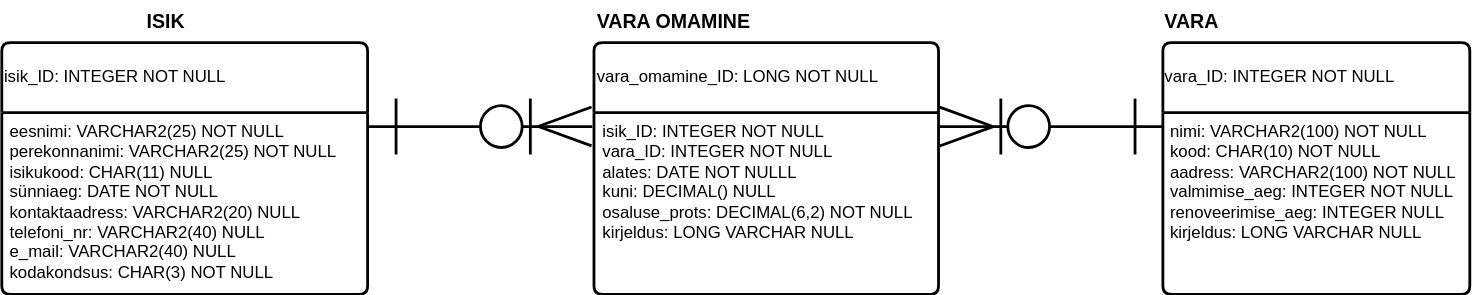
Before: pildid/Olemi_füüsiline_näide.svg, a diagram exported from draw.io (Rihosepp-40B/TarkvaraArendusprotsess). Source tidied: cells renumbered, new cells last; positions are measured from the earlier drawing's top-left corner, leaving out a move shared by most shapes. Source of this version:
```xml
<mxGraphModel>
  <root>
    <mxCell id="0" />
    <mxCell id="1" parent="0" />
    <mxCell id="2" style="group;flipH=0;flipV=1;rotation=-180;" parent="1" vertex="1">
      <mxGeometry x="668.6" y="70" width="161.9" height="40" as="geometry" />
    </mxCell>
    <mxCell id="3" style="line;strokeWidth=2;html=1;fontColor=light-dark(#000000,#D4AF37);strokeColor=light-dark(#000000,#D4AF37);rotation=-180;" parent="2" vertex="1">
      <mxGeometry x="81" y="15" width="80.7" height="10" as="geometry" />
    </mxCell>
    <mxCell id="4" style="line;strokeWidth=2;html=1;direction=south;fontColor=light-dark(#000000,#D4AF37);strokeColor=light-dark(#000000,#D4AF37);rotation=-180;" parent="2" vertex="1">
      <mxGeometry x="137" width="10" height="40" as="geometry" />
    </mxCell>
    <mxCell id="5" style="line;strokeWidth=2;html=1;direction=south;fontColor=light-dark(#000000,#D4AF37);strokeColor=light-dark(#000000,#D4AF37);rotation=-180;" parent="2" vertex="1">
      <mxGeometry x="41" width="10" height="40" as="geometry" />
    </mxCell>
    <mxCell id="6" style="verticalLabelPosition=bottom;verticalAlign=top;html=1;shape=mxgraph.flowchart.on-page_reference;fillColor=none;strokeWidth=2;fontColor=light-dark(#000000,#D4AF37);strokeColor=light-dark(#000000,#D4AF37);rotation=-180;" parent="2" vertex="1">
      <mxGeometry x="51" y="5" width="29.9" height="30" as="geometry" />
    </mxCell>
    <mxCell id="7" style="line;strokeWidth=2;html=1;fontColor=light-dark(#000000,#D4AF37);strokeColor=light-dark(#000000,#D4AF37);rotation=-180;" parent="2" vertex="1">
      <mxGeometry x="1" y="15" width="50" height="10" as="geometry" />
    </mxCell>
    <mxCell id="8" style="line;strokeWidth=2;html=1;rotation=-200;fontColor=light-dark(#000000,#D4AF37);strokeColor=light-dark(#000000,#D4AF37);" parent="2" vertex="1">
      <mxGeometry x="1" y="22" width="40.7" height="10" as="geometry" />
    </mxCell>
    <mxCell id="9" style="line;strokeWidth=2;html=1;rotation=-160;fontColor=light-dark(#000000,#D4AF37);strokeColor=light-dark(#000000,#D4AF37);" parent="2" vertex="1">
      <mxGeometry x="1" y="8" width="40" height="10" as="geometry" />
    </mxCell>
    <mxCell id="10" value="isik_ID: INTEGER NOT NULL" style="swimlane;horizontal=1;startSize=50;rounded=1;fontSize=12;fontStyle=0;strokeWidth=2;shadow=0;dashed=0;align=left;arcSize=4;whiteSpace=wrap;html=1;strokeColor=light-dark(#000000,#D4AF37);fontColor=light-dark(#000000,#D4AF37);fillColor=none;" parent="1" vertex="1">
      <mxGeometry y="30" width="261.6" height="180" as="geometry" />
    </mxCell>
    <mxCell id="11" value="eesnimi: VARCHAR2(25) NOT NULL&lt;div&gt;perekonnanimi: VARCHAR2(25) NOT NULL&lt;/div&gt;&lt;div&gt;isikukood: CHAR(11) NULL&lt;/div&gt;&lt;div&gt;sünniaeg: DATE NOT NULL&lt;/div&gt;&lt;div&gt;kontaktaadress: VARCHAR2(20) NULL&lt;/div&gt;&lt;div&gt;telefoni_nr: VARCHAR2(40) NULL&lt;/div&gt;&lt;div&gt;e_mail: VARCHAR2(40) NULL&lt;/div&gt;&lt;div&gt;kodakondsus: CHAR(3) NOT NULL&lt;/div&gt;" style="align=left;strokeColor=none;fillColor=none;spacingLeft=4;spacingRight=4;fontSize=12;verticalAlign=top;html=1;whiteSpace=wrap;fontColor=light-dark(#000000,#D4AF37);" parent="10" vertex="1">
      <mxGeometry y="50" width="261.6" height="130" as="geometry" />
    </mxCell>
    <mxCell id="12" value="vara_omamine_ID: LONG NOT NULL" style="swimlane;horizontal=1;startSize=50;rounded=1;fontSize=12;fontStyle=0;strokeWidth=2;shadow=0;dashed=0;align=left;arcSize=4;whiteSpace=wrap;html=1;strokeColor=light-dark(#000000,#D4AF37);fontColor=light-dark(#000000,#D4AF37);fillColor=none;" parent="1" vertex="1">
      <mxGeometry x="423.6" y="30" width="246.4" height="180" as="geometry" />
    </mxCell>
    <mxCell id="13" value="&lt;div&gt;isik_ID: INTEGER NOT NULL&lt;/div&gt;&lt;div&gt;vara_ID: INTEGER NOT NULL&lt;/div&gt;&lt;div&gt;alates: DATE NOT NULLL&lt;/div&gt;&lt;div&gt;kuni: DECIMAL() NULL&lt;/div&gt;&lt;div&gt;osaluse_prots: DECIMAL(6,2) NOT NULL&lt;/div&gt;&lt;div&gt;kirjeldus: LONG VARCHAR NULL&lt;/div&gt;" style="align=left;strokeColor=none;fillColor=none;spacingLeft=4;spacingRight=4;fontSize=12;verticalAlign=top;html=1;whiteSpace=wrap;fontColor=light-dark(#000000,#D4AF37);" parent="12" vertex="1">
      <mxGeometry y="50" width="246.4" height="130" as="geometry" />
    </mxCell>
    <mxCell id="14" value="vara_ID: INTEGER NOT NULL" style="swimlane;horizontal=1;startSize=50;rounded=1;fontSize=12;fontStyle=0;strokeWidth=2;shadow=0;dashed=0;align=left;arcSize=4;whiteSpace=wrap;html=1;strokeColor=light-dark(#000000,#D4AF37);fontColor=light-dark(#000000,#D4AF37);fillColor=none;" parent="1" vertex="1">
      <mxGeometry x="830.5" y="30" width="219.5" height="180" as="geometry" />
    </mxCell>
    <mxCell id="15" value="nimi: VARCHAR2(100) NOT NULL&lt;div&gt;kood: CHAR(10) NOT NULL&lt;/div&gt;&lt;div&gt;aadress: VARCHAR2(100) NOT NULL&lt;/div&gt;&lt;div&gt;valmimise_aeg: INTEGER NOT NULL&lt;/div&gt;&lt;div&gt;renoveerimise_aeg: INTEGER NULL&lt;/div&gt;&lt;div&gt;kirjeldus: LONG VARCHAR NULL&lt;/div&gt;" style="align=left;strokeColor=none;fillColor=none;spacingLeft=4;spacingRight=4;fontSize=12;verticalAlign=top;html=1;whiteSpace=wrap;fontColor=light-dark(#000000,#D4AF37);" parent="14" vertex="1">
      <mxGeometry y="50" width="219.5" height="130" as="geometry" />
    </mxCell>
    <mxCell id="16" style="group;" parent="1" vertex="1">
      <mxGeometry x="261.6" y="70" width="161.9" height="40" as="geometry" />
    </mxCell>
    <mxCell id="17" style="line;strokeWidth=2;html=1;fontColor=light-dark(#000000,#D4AF37);strokeColor=light-dark(#000000,#D4AF37);" parent="16" vertex="1">
      <mxGeometry y="15" width="80.7" height="10" as="geometry" />
    </mxCell>
    <mxCell id="18" style="line;strokeWidth=2;html=1;direction=south;fontColor=light-dark(#000000,#D4AF37);strokeColor=light-dark(#000000,#D4AF37);" parent="16" vertex="1">
      <mxGeometry x="15.4" width="10" height="40" as="geometry" />
    </mxCell>
    <mxCell id="19" style="line;strokeWidth=2;html=1;direction=south;fontColor=light-dark(#000000,#D4AF37);strokeColor=light-dark(#000000,#D4AF37);" parent="16" vertex="1">
      <mxGeometry x="111.4" width="10" height="40" as="geometry" />
    </mxCell>
    <mxCell id="20" style="verticalLabelPosition=bottom;verticalAlign=top;html=1;shape=mxgraph.flowchart.on-page_reference;fillColor=none;strokeWidth=2;fontColor=light-dark(#000000,#D4AF37);strokeColor=light-dark(#000000,#D4AF37);" parent="16" vertex="1">
      <mxGeometry x="80.7" y="5" width="29.9" height="30" as="geometry" />
    </mxCell>
    <mxCell id="21" style="line;strokeWidth=2;html=1;fontColor=light-dark(#000000,#D4AF37);strokeColor=light-dark(#000000,#D4AF37);" parent="16" vertex="1">
      <mxGeometry x="110.7" y="15" width="50" height="10" as="geometry" />
    </mxCell>
    <mxCell id="22" style="line;strokeWidth=2;html=1;rotation=-20;fontColor=light-dark(#000000,#D4AF37);strokeColor=light-dark(#000000,#D4AF37);" parent="16" vertex="1">
      <mxGeometry x="120.7" y="8" width="40.7" height="10" as="geometry" />
    </mxCell>
    <mxCell id="23" style="line;strokeWidth=2;html=1;rotation=20;fontColor=light-dark(#000000,#D4AF37);strokeColor=light-dark(#000000,#D4AF37);" parent="16" vertex="1">
      <mxGeometry x="121.4" y="22" width="40" height="10" as="geometry" />
    </mxCell>
    <mxCell id="24" value="ISIK" style="text;html=1;whiteSpace=wrap;strokeColor=none;fillColor=none;align=left;verticalAlign=middle;rounded=0;fontColor=light-dark(#000000,#D4AF37);fontStyle=1;fontSize=14;" parent="1" vertex="1">
      <mxGeometry x="101.7" width="60" height="30" as="geometry" />
    </mxCell>
    <mxCell id="25" value="VARA OMAMINE" style="text;html=1;whiteSpace=wrap;strokeColor=none;fillColor=none;align=left;verticalAlign=middle;rounded=0;fontColor=light-dark(#000000,#D4AF37);fontStyle=1;fontSize=14;" parent="1" vertex="1">
      <mxGeometry x="423.6" width="156.4" height="30" as="geometry" />
    </mxCell>
    <mxCell id="26" value="VARA" style="text;html=1;whiteSpace=wrap;strokeColor=none;fillColor=none;align=left;verticalAlign=middle;rounded=0;fontColor=light-dark(#000000,#D4AF37);fontStyle=1;fontSize=14;" parent="1" vertex="1">
      <mxGeometry x="830.5" width="156.4" height="30" as="geometry" />
    </mxCell>
  </root>
</mxGraphModel>
```
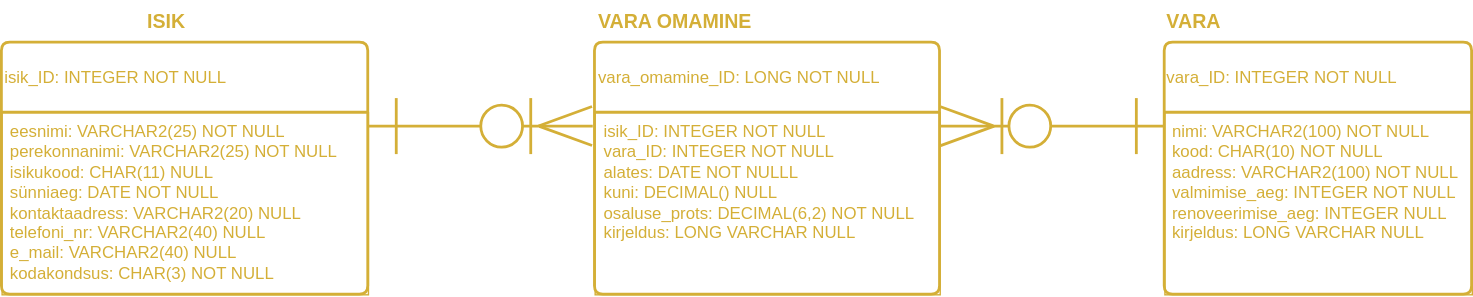
After the change.

Change to the diagram source:
```diff
@@ -5,76 +5,76 @@
     <mxCell id="2" style="group;flipH=0;flipV=1;rotation=-180;" parent="1" vertex="1">
       <mxGeometry x="668.6" y="70" width="161.9" height="40" as="geometry" />
     </mxCell>
-    <mxCell id="3" style="line;strokeWidth=2;html=1;fontColor=light-dark(#000000,#D4AF37);strokeColor=light-dark(#000000,#D4AF37);rotation=-180;" parent="2" vertex="1">
+    <mxCell id="3" style="line;strokeWidth=2;html=1;fontColor=light-dark(#D4AF37,#D4AF37);strokeColor=light-dark(#D4AF37,#D4AF37);rotation=-180;" parent="2" vertex="1">
       <mxGeometry x="81" y="15" width="80.7" height="10" as="geometry" />
     </mxCell>
-    <mxCell id="4" style="line;strokeWidth=2;html=1;direction=south;fontColor=light-dark(#000000,#D4AF37);strokeColor=light-dark(#000000,#D4AF37);rotation=-180;" parent="2" vertex="1">
+    <mxCell id="4" style="line;strokeWidth=2;html=1;direction=south;fontColor=light-dark(#D4AF37,#D4AF37);strokeColor=light-dark(#D4AF37,#D4AF37);rotation=-180;" parent="2" vertex="1">
       <mxGeometry x="137" width="10" height="40" as="geometry" />
     </mxCell>
-    <mxCell id="5" style="line;strokeWidth=2;html=1;direction=south;fontColor=light-dark(#000000,#D4AF37);strokeColor=light-dark(#000000,#D4AF37);rotation=-180;" parent="2" vertex="1">
+    <mxCell id="5" style="line;strokeWidth=2;html=1;direction=south;fontColor=light-dark(#D4AF37,#D4AF37);strokeColor=light-dark(#D4AF37,#D4AF37);rotation=-180;" parent="2" vertex="1">
       <mxGeometry x="41" width="10" height="40" as="geometry" />
     </mxCell>
-    <mxCell id="6" style="verticalLabelPosition=bottom;verticalAlign=top;html=1;shape=mxgraph.flowchart.on-page_reference;fillColor=none;strokeWidth=2;fontColor=light-dark(#000000,#D4AF37);strokeColor=light-dark(#000000,#D4AF37);rotation=-180;" parent="2" vertex="1">
+    <mxCell id="6" style="verticalLabelPosition=bottom;verticalAlign=top;html=1;shape=mxgraph.flowchart.on-page_reference;fillColor=none;strokeWidth=2;fontColor=light-dark(#D4AF37,#D4AF37);strokeColor=light-dark(#D4AF37,#D4AF37);rotation=-180;" parent="2" vertex="1">
       <mxGeometry x="51" y="5" width="29.9" height="30" as="geometry" />
     </mxCell>
-    <mxCell id="7" style="line;strokeWidth=2;html=1;fontColor=light-dark(#000000,#D4AF37);strokeColor=light-dark(#000000,#D4AF37);rotation=-180;" parent="2" vertex="1">
+    <mxCell id="7" style="line;strokeWidth=2;html=1;fontColor=light-dark(#D4AF37,#D4AF37);strokeColor=light-dark(#D4AF37,#D4AF37);rotation=-180;" parent="2" vertex="1">
       <mxGeometry x="1" y="15" width="50" height="10" as="geometry" />
     </mxCell>
-    <mxCell id="8" style="line;strokeWidth=2;html=1;rotation=-200;fontColor=light-dark(#000000,#D4AF37);strokeColor=light-dark(#000000,#D4AF37);" parent="2" vertex="1">
+    <mxCell id="8" style="line;strokeWidth=2;html=1;rotation=-200;fontColor=light-dark(#D4AF37,#D4AF37);strokeColor=light-dark(#D4AF37,#D4AF37);" parent="2" vertex="1">
       <mxGeometry x="1" y="22" width="40.7" height="10" as="geometry" />
     </mxCell>
-    <mxCell id="9" style="line;strokeWidth=2;html=1;rotation=-160;fontColor=light-dark(#000000,#D4AF37);strokeColor=light-dark(#000000,#D4AF37);" parent="2" vertex="1">
+    <mxCell id="9" style="line;strokeWidth=2;html=1;rotation=-160;fontColor=light-dark(#D4AF37,#D4AF37);strokeColor=light-dark(#D4AF37,#D4AF37);" parent="2" vertex="1">
       <mxGeometry x="1" y="8" width="40" height="10" as="geometry" />
     </mxCell>
-    <mxCell id="10" value="isik_ID: INTEGER NOT NULL" style="swimlane;horizontal=1;startSize=50;rounded=1;fontSize=12;fontStyle=0;strokeWidth=2;shadow=0;dashed=0;align=left;arcSize=4;whiteSpace=wrap;html=1;strokeColor=light-dark(#000000,#D4AF37);fontColor=light-dark(#000000,#D4AF37);fillColor=none;" parent="1" vertex="1">
+    <mxCell id="10" value="isik_ID: INTEGER NOT NULL" style="swimlane;horizontal=1;startSize=50;rounded=1;fontSize=12;fontStyle=0;strokeWidth=2;shadow=0;dashed=0;align=left;arcSize=4;whiteSpace=wrap;html=1;strokeColor=light-dark(#D4AF37,#D4AF37);fontColor=light-dark(#D4AF37,#D4AF37);fillColor=none;" parent="1" vertex="1">
       <mxGeometry y="30" width="261.6" height="180" as="geometry" />
     </mxCell>
-    <mxCell id="11" value="eesnimi: VARCHAR2(25) NOT NULL&lt;div&gt;perekonnanimi: VARCHAR2(25) NOT NULL&lt;/div&gt;&lt;div&gt;isikukood: CHAR(11) NULL&lt;/div&gt;&lt;div&gt;sünniaeg: DATE NOT NULL&lt;/div&gt;&lt;div&gt;kontaktaadress: VARCHAR2(20) NULL&lt;/div&gt;&lt;div&gt;telefoni_nr: VARCHAR2(40) NULL&lt;/div&gt;&lt;div&gt;e_mail: VARCHAR2(40) NULL&lt;/div&gt;&lt;div&gt;kodakondsus: CHAR(3) NOT NULL&lt;/div&gt;" style="align=left;strokeColor=none;fillColor=none;spacingLeft=4;spacingRight=4;fontSize=12;verticalAlign=top;html=1;whiteSpace=wrap;fontColor=light-dark(#000000,#D4AF37);" parent="10" vertex="1">
+    <mxCell id="11" value="eesnimi: VARCHAR2(25) NOT NULL&lt;div&gt;perekonnanimi: VARCHAR2(25) NOT NULL&lt;/div&gt;&lt;div&gt;isikukood: CHAR(11) NULL&lt;/div&gt;&lt;div&gt;sünniaeg: DATE NOT NULL&lt;/div&gt;&lt;div&gt;kontaktaadress: VARCHAR2(20) NULL&lt;/div&gt;&lt;div&gt;telefoni_nr: VARCHAR2(40) NULL&lt;/div&gt;&lt;div&gt;e_mail: VARCHAR2(40) NULL&lt;/div&gt;&lt;div&gt;kodakondsus: CHAR(3) NOT NULL&lt;/div&gt;" style="align=left;strokeColor=light-dark(#D4AF37,#D4AF37);fillColor=none;spacingLeft=4;spacingRight=4;fontSize=12;verticalAlign=top;html=1;whiteSpace=wrap;fontColor=light-dark(#D4AF37,#D4AF37);" parent="10" vertex="1">
       <mxGeometry y="50" width="261.6" height="130" as="geometry" />
     </mxCell>
-    <mxCell id="12" value="vara_omamine_ID: LONG NOT NULL" style="swimlane;horizontal=1;startSize=50;rounded=1;fontSize=12;fontStyle=0;strokeWidth=2;shadow=0;dashed=0;align=left;arcSize=4;whiteSpace=wrap;html=1;strokeColor=light-dark(#000000,#D4AF37);fontColor=light-dark(#000000,#D4AF37);fillColor=none;" parent="1" vertex="1">
+    <mxCell id="12" value="vara_omamine_ID: LONG NOT NULL" style="swimlane;horizontal=1;startSize=50;rounded=1;fontSize=12;fontStyle=0;strokeWidth=2;shadow=0;dashed=0;align=left;arcSize=4;whiteSpace=wrap;html=1;strokeColor=light-dark(#D4AF37,#D4AF37);fontColor=light-dark(#D4AF37,#D4AF37);fillColor=none;" parent="1" vertex="1">
       <mxGeometry x="423.6" y="30" width="246.4" height="180" as="geometry" />
     </mxCell>
-    <mxCell id="13" value="&lt;div&gt;isik_ID: INTEGER NOT NULL&lt;/div&gt;&lt;div&gt;vara_ID: INTEGER NOT NULL&lt;/div&gt;&lt;div&gt;alates: DATE NOT NULLL&lt;/div&gt;&lt;div&gt;kuni: DECIMAL() NULL&lt;/div&gt;&lt;div&gt;osaluse_prots: DECIMAL(6,2) NOT NULL&lt;/div&gt;&lt;div&gt;kirjeldus: LONG VARCHAR NULL&lt;/div&gt;" style="align=left;strokeColor=none;fillColor=none;spacingLeft=4;spacingRight=4;fontSize=12;verticalAlign=top;html=1;whiteSpace=wrap;fontColor=light-dark(#000000,#D4AF37);" parent="12" vertex="1">
+    <mxCell id="13" value="&lt;div&gt;isik_ID: INTEGER NOT NULL&lt;/div&gt;&lt;div&gt;vara_ID: INTEGER NOT NULL&lt;/div&gt;&lt;div&gt;alates: DATE NOT NULLL&lt;/div&gt;&lt;div&gt;kuni: DECIMAL() NULL&lt;/div&gt;&lt;div&gt;osaluse_prots: DECIMAL(6,2) NOT NULL&lt;/div&gt;&lt;div&gt;kirjeldus: LONG VARCHAR NULL&lt;/div&gt;" style="align=left;strokeColor=light-dark(#D4AF37,#D4AF37);fillColor=none;spacingLeft=4;spacingRight=4;fontSize=12;verticalAlign=top;html=1;whiteSpace=wrap;fontColor=light-dark(#D4AF37,#D4AF37);" parent="12" vertex="1">
       <mxGeometry y="50" width="246.4" height="130" as="geometry" />
     </mxCell>
-    <mxCell id="14" value="vara_ID: INTEGER NOT NULL" style="swimlane;horizontal=1;startSize=50;rounded=1;fontSize=12;fontStyle=0;strokeWidth=2;shadow=0;dashed=0;align=left;arcSize=4;whiteSpace=wrap;html=1;strokeColor=light-dark(#000000,#D4AF37);fontColor=light-dark(#000000,#D4AF37);fillColor=none;" parent="1" vertex="1">
+    <mxCell id="14" value="vara_ID: INTEGER NOT NULL" style="swimlane;horizontal=1;startSize=50;rounded=1;fontSize=12;fontStyle=0;strokeWidth=2;shadow=0;dashed=0;align=left;arcSize=4;whiteSpace=wrap;html=1;strokeColor=light-dark(#D4AF37,#D4AF37);fontColor=light-dark(#D4AF37,#D4AF37);fillColor=none;" parent="1" vertex="1">
       <mxGeometry x="830.5" y="30" width="219.5" height="180" as="geometry" />
     </mxCell>
-    <mxCell id="15" value="nimi: VARCHAR2(100) NOT NULL&lt;div&gt;kood: CHAR(10) NOT NULL&lt;/div&gt;&lt;div&gt;aadress: VARCHAR2(100) NOT NULL&lt;/div&gt;&lt;div&gt;valmimise_aeg: INTEGER NOT NULL&lt;/div&gt;&lt;div&gt;renoveerimise_aeg: INTEGER NULL&lt;/div&gt;&lt;div&gt;kirjeldus: LONG VARCHAR NULL&lt;/div&gt;" style="align=left;strokeColor=none;fillColor=none;spacingLeft=4;spacingRight=4;fontSize=12;verticalAlign=top;html=1;whiteSpace=wrap;fontColor=light-dark(#000000,#D4AF37);" parent="14" vertex="1">
+    <mxCell id="15" value="nimi: VARCHAR2(100) NOT NULL&lt;div&gt;kood: CHAR(10) NOT NULL&lt;/div&gt;&lt;div&gt;aadress: VARCHAR2(100) NOT NULL&lt;/div&gt;&lt;div&gt;valmimise_aeg: INTEGER NOT NULL&lt;/div&gt;&lt;div&gt;renoveerimise_aeg: INTEGER NULL&lt;/div&gt;&lt;div&gt;kirjeldus: LONG VARCHAR NULL&lt;/div&gt;" style="align=left;strokeColor=light-dark(#D4AF37,#D4AF37);fillColor=none;spacingLeft=4;spacingRight=4;fontSize=12;verticalAlign=top;html=1;whiteSpace=wrap;fontColor=light-dark(#D4AF37,#D4AF37);" parent="14" vertex="1">
       <mxGeometry y="50" width="219.5" height="130" as="geometry" />
     </mxCell>
     <mxCell id="16" style="group;" parent="1" vertex="1">
       <mxGeometry x="261.6" y="70" width="161.9" height="40" as="geometry" />
     </mxCell>
-    <mxCell id="17" style="line;strokeWidth=2;html=1;fontColor=light-dark(#000000,#D4AF37);strokeColor=light-dark(#000000,#D4AF37);" parent="16" vertex="1">
+    <mxCell id="17" style="line;strokeWidth=2;html=1;fontColor=light-dark(#D4AF37,#D4AF37);strokeColor=light-dark(#D4AF37,#D4AF37);" parent="16" vertex="1">
       <mxGeometry y="15" width="80.7" height="10" as="geometry" />
     </mxCell>
-    <mxCell id="18" style="line;strokeWidth=2;html=1;direction=south;fontColor=light-dark(#000000,#D4AF37);strokeColor=light-dark(#000000,#D4AF37);" parent="16" vertex="1">
+    <mxCell id="18" style="line;strokeWidth=2;html=1;direction=south;fontColor=light-dark(#D4AF37,#D4AF37);strokeColor=light-dark(#D4AF37,#D4AF37);" parent="16" vertex="1">
       <mxGeometry x="15.4" width="10" height="40" as="geometry" />
     </mxCell>
-    <mxCell id="19" style="line;strokeWidth=2;html=1;direction=south;fontColor=light-dark(#000000,#D4AF37);strokeColor=light-dark(#000000,#D4AF37);" parent="16" vertex="1">
+    <mxCell id="19" style="line;strokeWidth=2;html=1;direction=south;fontColor=light-dark(#D4AF37,#D4AF37);strokeColor=light-dark(#D4AF37,#D4AF37);" parent="16" vertex="1">
       <mxGeometry x="111.4" width="10" height="40" as="geometry" />
     </mxCell>
-    <mxCell id="20" style="verticalLabelPosition=bottom;verticalAlign=top;html=1;shape=mxgraph.flowchart.on-page_reference;fillColor=none;strokeWidth=2;fontColor=light-dark(#000000,#D4AF37);strokeColor=light-dark(#000000,#D4AF37);" parent="16" vertex="1">
+    <mxCell id="20" style="verticalLabelPosition=bottom;verticalAlign=top;html=1;shape=mxgraph.flowchart.on-page_reference;fillColor=none;strokeWidth=2;fontColor=light-dark(#D4AF37,#D4AF37);strokeColor=light-dark(#D4AF37,#D4AF37);" parent="16" vertex="1">
       <mxGeometry x="80.7" y="5" width="29.9" height="30" as="geometry" />
     </mxCell>
-    <mxCell id="21" style="line;strokeWidth=2;html=1;fontColor=light-dark(#000000,#D4AF37);strokeColor=light-dark(#000000,#D4AF37);" parent="16" vertex="1">
+    <mxCell id="21" style="line;strokeWidth=2;html=1;fontColor=light-dark(#D4AF37,#D4AF37);strokeColor=light-dark(#D4AF37,#D4AF37);" parent="16" vertex="1">
       <mxGeometry x="110.7" y="15" width="50" height="10" as="geometry" />
     </mxCell>
-    <mxCell id="22" style="line;strokeWidth=2;html=1;rotation=-20;fontColor=light-dark(#000000,#D4AF37);strokeColor=light-dark(#000000,#D4AF37);" parent="16" vertex="1">
+    <mxCell id="22" style="line;strokeWidth=2;html=1;rotation=-20;fontColor=light-dark(#D4AF37,#D4AF37);strokeColor=light-dark(#D4AF37,#D4AF37);" parent="16" vertex="1">
       <mxGeometry x="120.7" y="8" width="40.7" height="10" as="geometry" />
     </mxCell>
-    <mxCell id="23" style="line;strokeWidth=2;html=1;rotation=20;fontColor=light-dark(#000000,#D4AF37);strokeColor=light-dark(#000000,#D4AF37);" parent="16" vertex="1">
+    <mxCell id="23" style="line;strokeWidth=2;html=1;rotation=20;fontColor=light-dark(#D4AF37,#D4AF37);strokeColor=light-dark(#D4AF37,#D4AF37);" parent="16" vertex="1">
       <mxGeometry x="121.4" y="22" width="40" height="10" as="geometry" />
     </mxCell>
-    <mxCell id="24" value="ISIK" style="text;html=1;whiteSpace=wrap;strokeColor=none;fillColor=none;align=left;verticalAlign=middle;rounded=0;fontColor=light-dark(#000000,#D4AF37);fontStyle=1;fontSize=14;" parent="1" vertex="1">
+    <mxCell id="24" value="ISIK" style="text;html=1;whiteSpace=wrap;strokeColor=none;fillColor=none;align=left;verticalAlign=middle;rounded=0;fontColor=light-dark(#D4AF37,#D4AF37);fontStyle=1;fontSize=14;" parent="1" vertex="1">
       <mxGeometry x="101.7" width="60" height="30" as="geometry" />
     </mxCell>
-    <mxCell id="25" value="VARA OMAMINE" style="text;html=1;whiteSpace=wrap;strokeColor=none;fillColor=none;align=left;verticalAlign=middle;rounded=0;fontColor=light-dark(#000000,#D4AF37);fontStyle=1;fontSize=14;" parent="1" vertex="1">
+    <mxCell id="25" value="VARA OMAMINE" style="text;html=1;whiteSpace=wrap;strokeColor=none;fillColor=none;align=left;verticalAlign=middle;rounded=0;fontColor=light-dark(#D4AF37,#D4AF37);fontStyle=1;fontSize=14;" parent="1" vertex="1">
       <mxGeometry x="423.6" width="156.4" height="30" as="geometry" />
     </mxCell>
-    <mxCell id="26" value="VARA" style="text;html=1;whiteSpace=wrap;strokeColor=none;fillColor=none;align=left;verticalAlign=middle;rounded=0;fontColor=light-dark(#000000,#D4AF37);fontStyle=1;fontSize=14;" parent="1" vertex="1">
+    <mxCell id="26" value="VARA" style="text;html=1;whiteSpace=wrap;strokeColor=none;fillColor=none;align=left;verticalAlign=middle;rounded=0;fontColor=light-dark(#D4AF37,#D4AF37);fontStyle=1;fontSize=14;" parent="1" vertex="1">
       <mxGeometry x="830.5" width="156.4" height="30" as="geometry" />
     </mxCell>
   </root>
```
